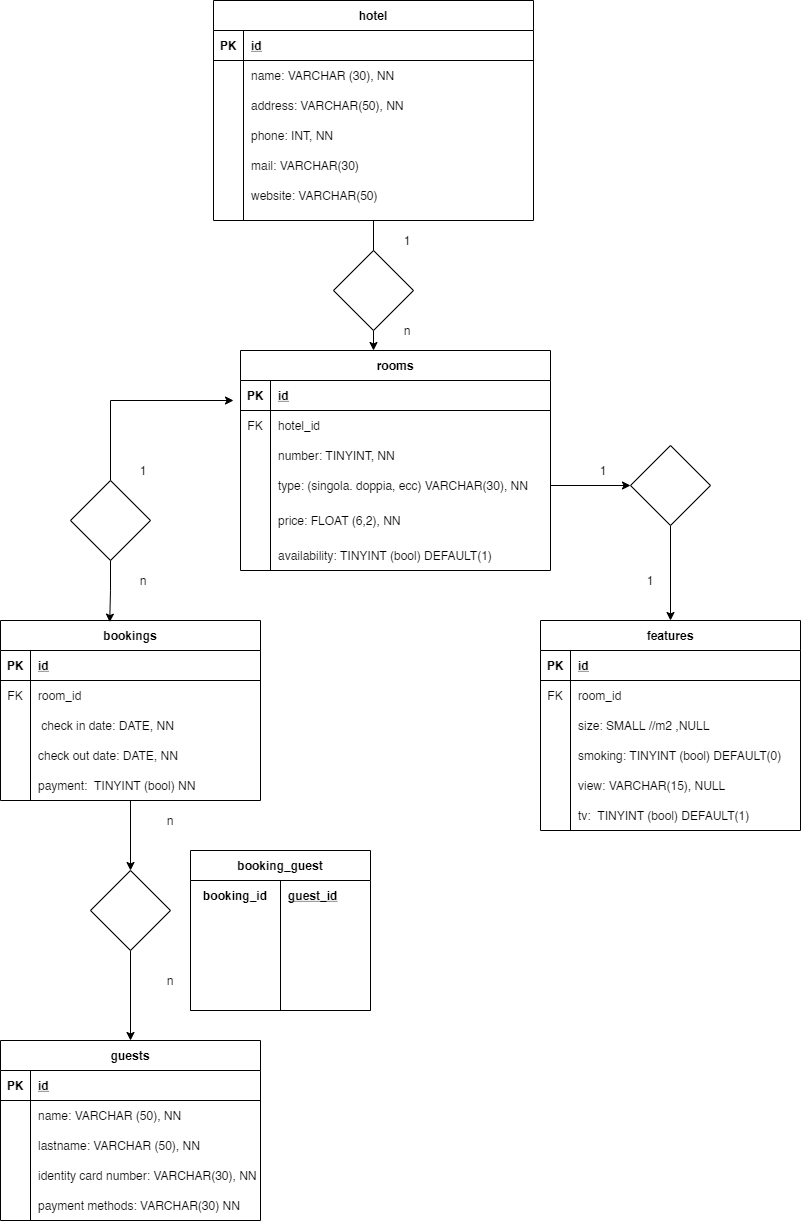
aficocelli/db-hotel keeps this draw.io diagram as db_hotel.png. Above is the earlier version. Source tidied: cells renumbered, new cells last; positions are measured from the earlier drawing's top-left corner, leaving out a move shared by most shapes.
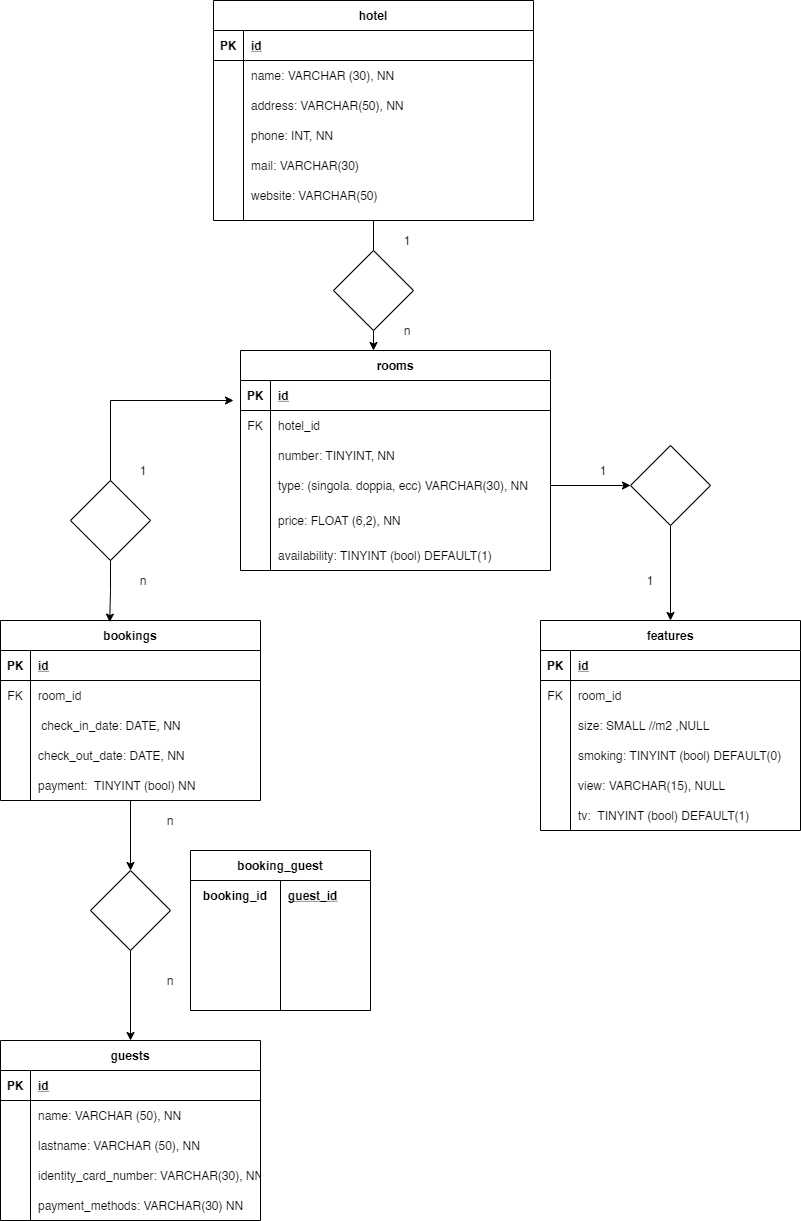
The same diagram one commit later.

Change to the diagram source:
```diff
@@ -32,7 +32,7 @@
     <mxCell id="11" style="shape=partialRectangle;fillColor=none;top=0;left=0;bottom=0;right=0;overflow=hidden;" parent="10" vertex="1">
       <mxGeometry width="30" height="30" as="geometry" />
     </mxCell>
-    <mxCell id="12" value=" check in date: DATE, NN" style="shape=partialRectangle;fillColor=none;top=0;left=0;bottom=0;right=0;align=left;spacingLeft=6;overflow=hidden;" parent="10" vertex="1">
+    <mxCell id="12" value=" check_in_date: DATE, NN" style="shape=partialRectangle;fillColor=none;top=0;left=0;bottom=0;right=0;align=left;spacingLeft=6;overflow=hidden;" parent="10" vertex="1">
       <mxGeometry x="30" width="230" height="30" as="geometry" />
     </mxCell>
     <mxCell id="13" style="shape=partialRectangle;fillColor=none;top=0;left=0;bottom=0;right=0;" parent="3" vertex="1">
@@ -41,7 +41,7 @@
     <mxCell id="14" style="shape=partialRectangle;fillColor=none;top=0;left=0;bottom=0;right=0;overflow=hidden;" parent="13" vertex="1">
       <mxGeometry width="30" height="30" as="geometry" />
     </mxCell>
-    <mxCell id="15" value="check out date: DATE, NN" style="shape=partialRectangle;fillColor=none;top=0;left=0;bottom=0;right=0;align=left;spacingLeft=6;overflow=hidden;" parent="13" vertex="1">
+    <mxCell id="15" value="check_out_date: DATE, NN" style="shape=partialRectangle;fillColor=none;top=0;left=0;bottom=0;right=0;align=left;spacingLeft=6;overflow=hidden;" parent="13" vertex="1">
       <mxGeometry x="30" width="230" height="30" as="geometry" />
     </mxCell>
     <mxCell id="16" style="shape=partialRectangle;fillColor=none;top=0;left=0;bottom=0;right=0;" parent="3" vertex="1">
@@ -203,7 +203,7 @@
     <mxCell id="68" style="shape=partialRectangle;fillColor=none;top=0;left=0;bottom=0;right=0;overflow=hidden;" parent="67" vertex="1">
       <mxGeometry width="30" height="30" as="geometry" />
     </mxCell>
-    <mxCell id="69" value="identity card number: VARCHAR(30), NN" style="shape=partialRectangle;fillColor=none;top=0;left=0;bottom=0;right=0;align=left;spacingLeft=6;overflow=hidden;" parent="67" vertex="1">
+    <mxCell id="69" value="identity_card_number: VARCHAR(30), NN" style="shape=partialRectangle;fillColor=none;top=0;left=0;bottom=0;right=0;align=left;spacingLeft=6;overflow=hidden;" parent="67" vertex="1">
       <mxGeometry x="30" width="230" height="30" as="geometry" />
     </mxCell>
     <mxCell id="70" style="shape=partialRectangle;fillColor=none;top=0;left=0;bottom=0;right=0;" parent="57" vertex="1">
@@ -212,7 +212,7 @@
     <mxCell id="71" style="shape=partialRectangle;fillColor=none;top=0;left=0;bottom=0;right=0;overflow=hidden;" parent="70" vertex="1">
       <mxGeometry width="30" height="30" as="geometry" />
     </mxCell>
-    <mxCell id="72" value="payment methods: VARCHAR(30) NN" style="shape=partialRectangle;fillColor=none;top=0;left=0;bottom=0;right=0;align=left;spacingLeft=6;overflow=hidden;" parent="70" vertex="1">
+    <mxCell id="72" value="payment_methods: VARCHAR(30) NN" style="shape=partialRectangle;fillColor=none;top=0;left=0;bottom=0;right=0;align=left;spacingLeft=6;overflow=hidden;" parent="70" vertex="1">
       <mxGeometry x="30" width="230" height="30" as="geometry" />
     </mxCell>
     <mxCell id="73" style="edgeStyle=orthogonalEdgeStyle;rounded=0;jettySize=auto;html=1;exitX=0.5;exitY=1;exitDx=0;exitDy=0;entryX=0.5;entryY=0;entryDx=0;entryDy=0;" parent="1" edge="1" source="74" target="19">
```
